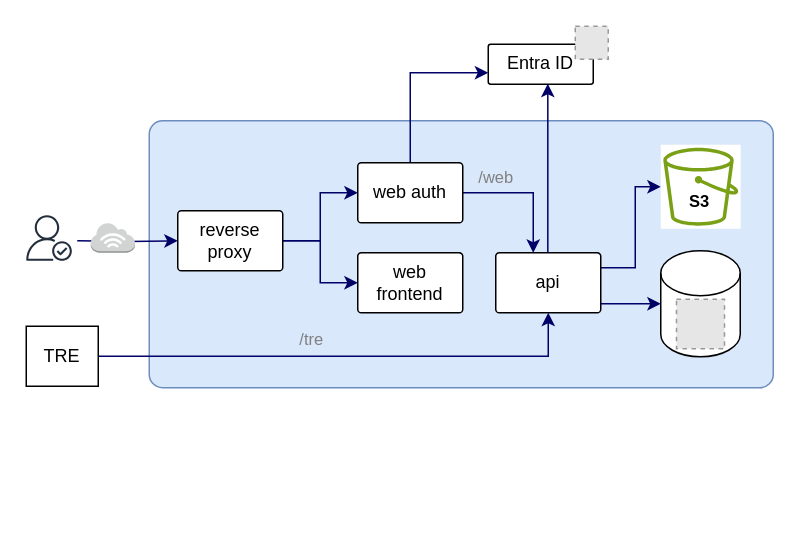
The draw.io diagram docs/media/architecture.drawio in ucl-arc-tre/portal, before the edit. Source tidied: cells renumbered, new cells numbered last; positions are measured from the earlier drawing's top-left corner, leaving out a move shared by most shapes. Both pictures are drawn from the tidied source at 150%, with x=0, y=0 at pixel (26, 26). Pictures stored in the file or linked from it are replaced by grey dashed boxes.
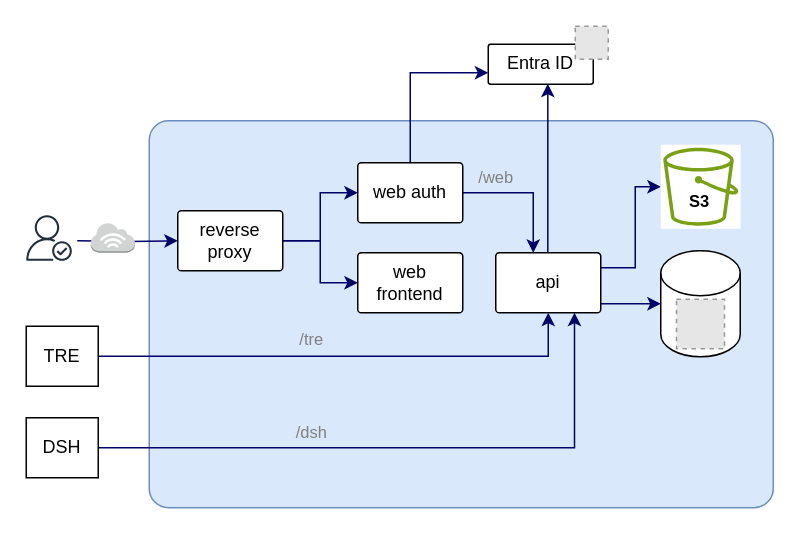
Above is the later version.

The change refers to these unchanged cells:
```xml
<mxCell id="11" value="api" style="rounded=1;whiteSpace=wrap;html=1;arcSize=6;" parent="1" vertex="1">
  <mxGeometry x="313" y="151" width="70" height="40" as="geometry" />
</mxCell>
```

What changed in the source:
```diff
@@
     <mxCell id="2" style="rounded=1;whiteSpace=wrap;html=1;arcSize=5;fillColor=#dae8fc;strokeColor=#6c8ebf;" parent="1" vertex="1">
-      <mxGeometry x="82" y="63" width="416" height="178" as="geometry" />
+      <mxGeometry x="82" y="63" width="416" height="258" as="geometry" />
     </mxCell>
@@
+    <mxCell id="29" style="edgeStyle=orthogonalEdgeStyle;rounded=0;jettySize=auto;html=1;entryX=0.75;entryY=1;entryDx=0;entryDy=0;strokeColor=#000066;" parent="1" edge="1" source="30" target="11">
+      <mxGeometry relative="1" as="geometry" />
+    </mxCell>
+    <mxCell id="30" value="DSH" style="rounded=0;whiteSpace=wrap;html=1;" parent="1" vertex="1">
+      <mxGeometry y="261" width="48" height="40" as="geometry" />
+    </mxCell>
+    <mxCell id="31" value="/dsh" style="text;html=1;strokeColor=none;fillColor=none;align=center;verticalAlign=middle;whiteSpace=wrap;rounded=0;fontColor=#808080;fontSize=11;" parent="1" vertex="1">
+      <mxGeometry x="168" y="261" width="45" height="20" as="geometry" />
+    </mxCell>
```
